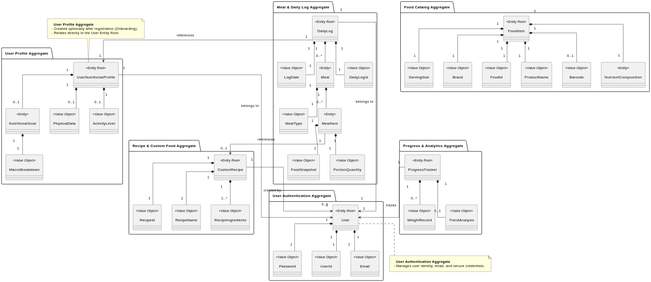
Pedro-P21/FitMaxxer keeps this PlantUML diagram as backend/docs/global-artifacts/domainModel/Domain_Model.svg. Above is the earlier version.
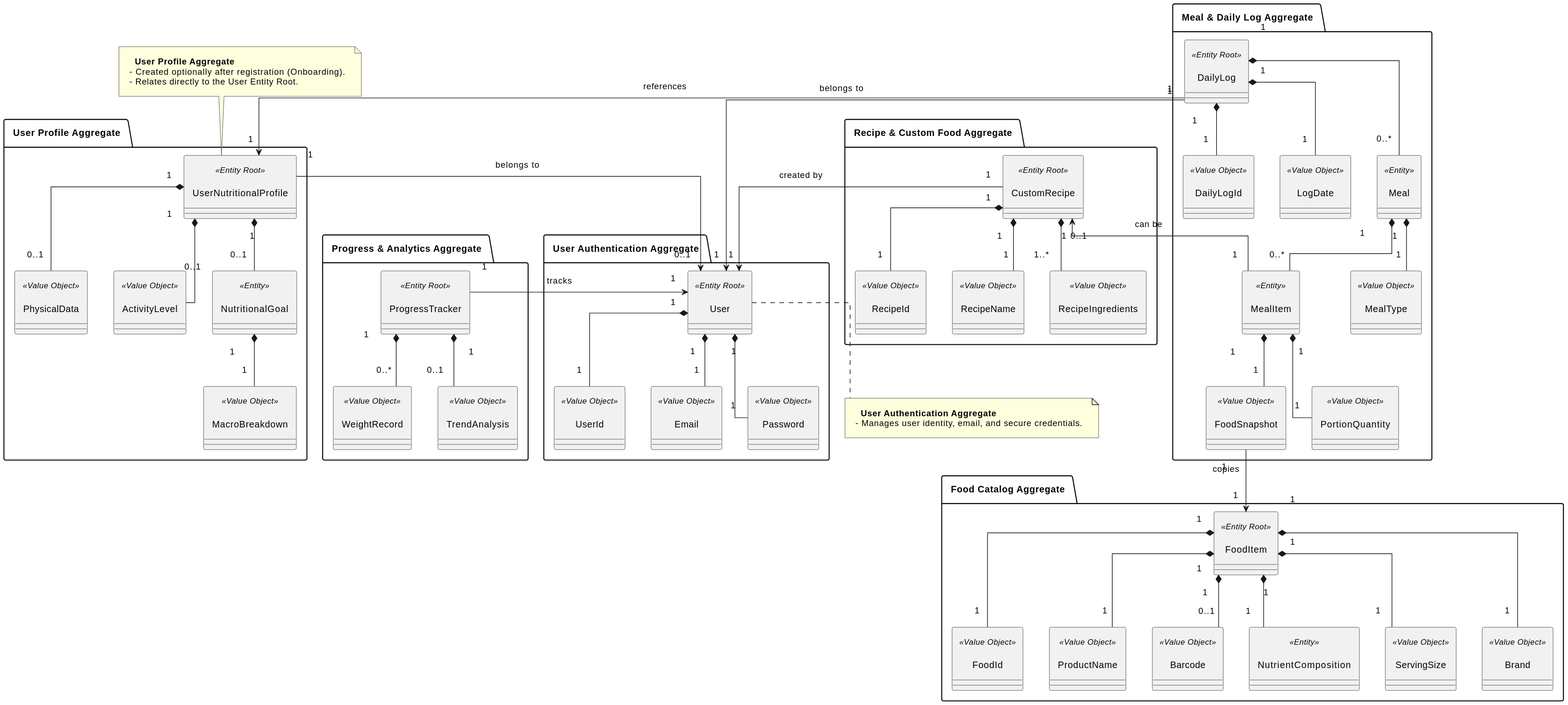
Above is the later version.

Diff of the diagram source:
```diff
@@ -90,7 +90,8 @@
 
 MealItem "1" *-- "1" FoodSnapshot
 MealItem "1" *-- "1" PortionQuantity
-MealItem "1" --> "0..1" CustomRecipe : "references"
+MealItem "1" --> "0..1" CustomRecipe : "can be"
+FoodSnapshot "1" --> "1" FoodItem : "copies"
 
 ProgressTracker "1" --> "1" User : "tracks"
 ProgressTracker "1" *-- "0..*" WeightRecord
@@ -106,4 +107,9 @@
 - Created optionally after registration (Onboarding).
 - Relates directly to the User Entity Root.
 end note
+
+
+User -[hidden]-> UserNutritionalProfile
+UserNutritionalProfile -[hidden]-> ProgressTracker
+CustomRecipe -[hidden]-> DailyLog
 @enduml
```
